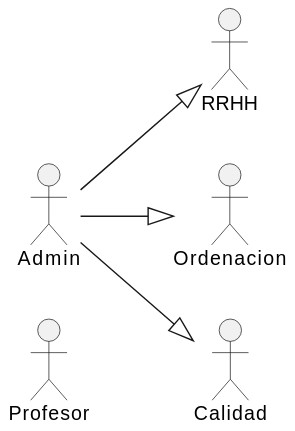
Earlier version of the PlantUML export images/modelosUML/CdU/Individuales/Actores.svg (mmasias/24-25-IdSw1-SDR).
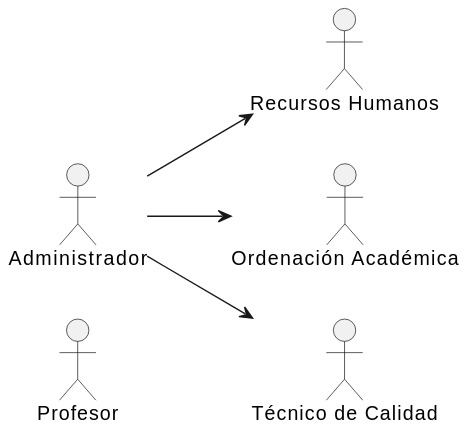
The same file after the commit.

Commit message:
Actualizar diagramas de estados y agregar archivo PlantUML para actores

The edit, as a diff of the source:
```diff
@@ -1,13 +1,7 @@
 @startuml
 left to right direction
-
 actor Profesor
-actor RRHH
-actor Ordenacion
-actor Calidad
-actor Admin
-
-Admin --|> RRHH
-Admin --|> Ordenacion
-Admin --|> Calidad
+:Administrador: --> :Recursos Humanos:
+:Administrador: --> :Ordenación Académica:
+:Administrador: --> :Técnico de Calidad:
 @enduml
```
